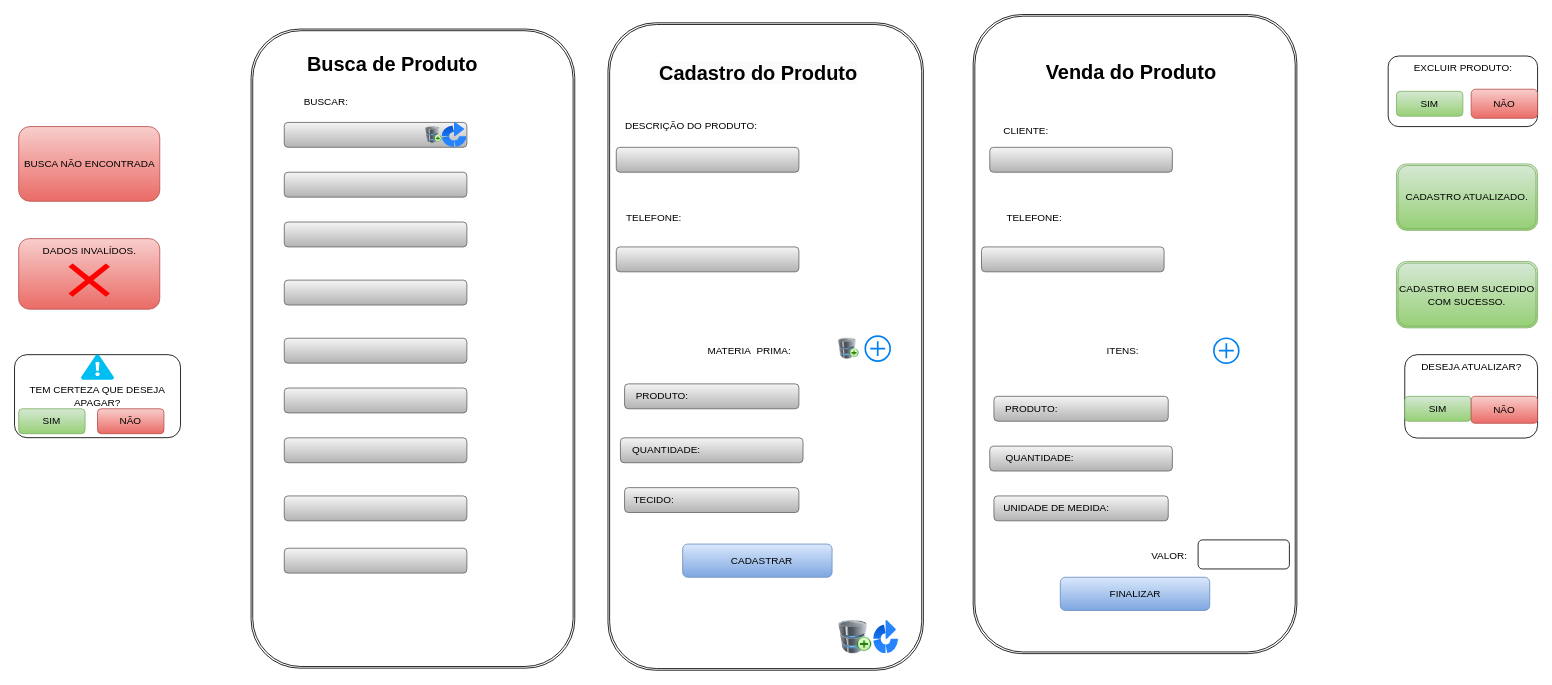
The draw.io diagram page "Página-4" (4 of 10) of doc/telas.drawio in pati573022/avatarapp, before the edit. Source tidied: cells renumbered, new cells numbered last; positions are measured from the earlier drawing's top-left corner, leaving out a move shared by most shapes. Both pictures are drawn from the tidied source at 83%, with x=0, y=0 at pixel (14, 14).
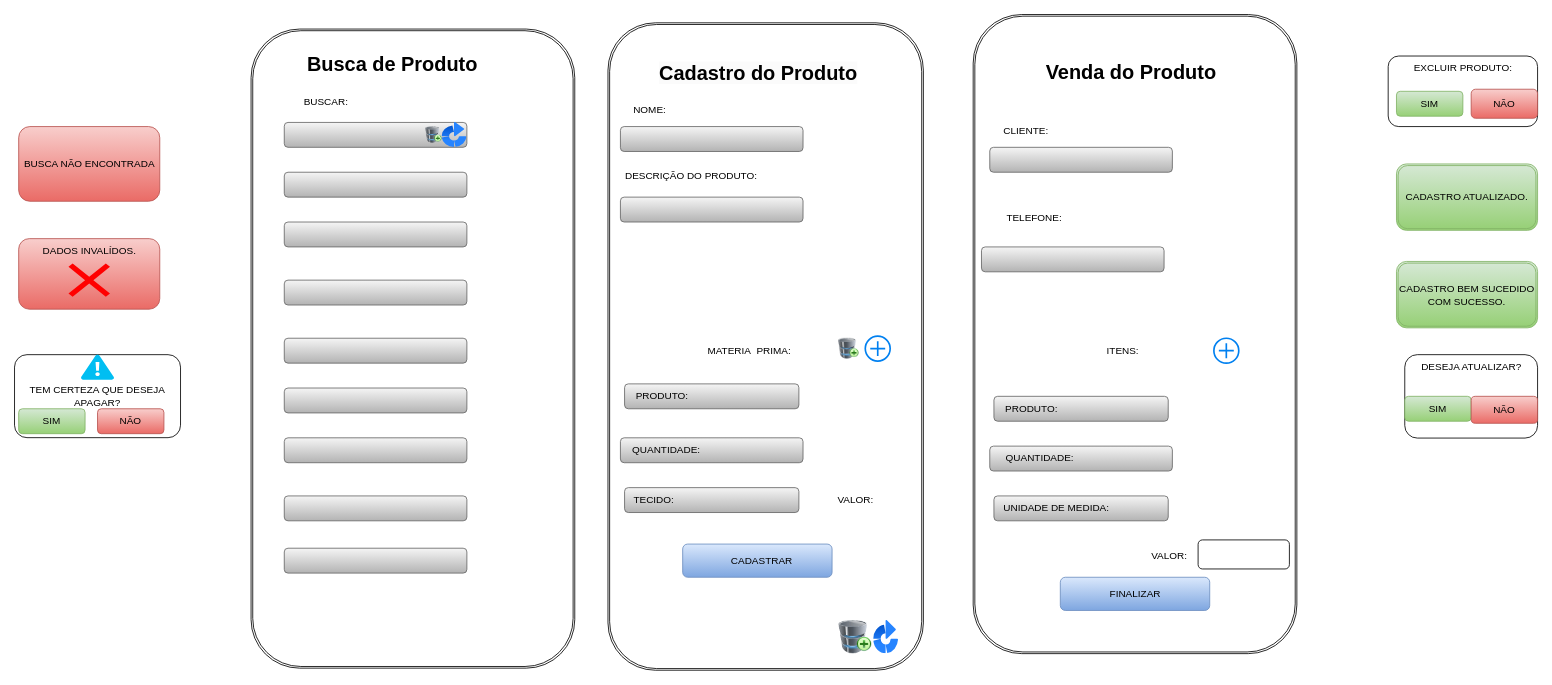
The same page after the edit.

Diff of the diagram source:
```diff
@@
     <mxCell id="20" value="DESCRIÇÃO DO PRODUTO:" style="text;html=1;align=center;verticalAlign=middle;strokeColor=none;fillColor=none;" parent="1" vertex="1">
-      <mxGeometry x="725" y="120" width="180" height="30" as="geometry" />
+      <mxGeometry x="725" y="180" width="180" height="30" as="geometry" />
     </mxCell>
     <mxCell id="21" style="rounded=1;whiteSpace=wrap;html=1;fillColor=#f5f5f5;gradientColor=#b3b3b3;strokeColor=#666666;" parent="1" vertex="1">
-      <mxGeometry x="725" y="160" width="220" height="30" as="geometry" />
+      <mxGeometry x="730" y="220" width="220" height="30" as="geometry" />
     </mxCell>
-    <mxCell id="22" value="TELEFONE:" style="text;html=1;align=center;verticalAlign=middle;strokeColor=none;fillColor=none;" parent="1" vertex="1">
-      <mxGeometry x="725" y="230" width="90" height="30" as="geometry" />
-    </mxCell>
-    <mxCell id="23" style="rounded=1;whiteSpace=wrap;html=1;fillColor=#f5f5f5;gradientColor=#b3b3b3;strokeColor=#666666;" parent="1" vertex="1">
-      <mxGeometry x="725" y="280" width="220" height="30" as="geometry" />
-    </mxCell>
@@
+    <mxCell id="75" value="VALOR:" style="text;html=1;align=center;verticalAlign=middle;strokeColor=none;fillColor=none;" parent="1" vertex="1">
+      <mxGeometry x="978" y="570" width="70" height="30" as="geometry" />
+    </mxCell>
+    <mxCell id="76" value="NOME:" style="text;html=1;align=center;verticalAlign=middle;strokeColor=none;fillColor=none;" parent="1" vertex="1">
+      <mxGeometry x="735" y="100" width="60" height="30" as="geometry" />
+    </mxCell>
+    <mxCell id="77" style="rounded=1;whiteSpace=wrap;html=1;fillColor=#f5f5f5;gradientColor=#b3b3b3;strokeColor=#666666;" parent="1" vertex="1">
+      <mxGeometry x="730" y="135" width="220" height="30" as="geometry" />
+    </mxCell>
```
